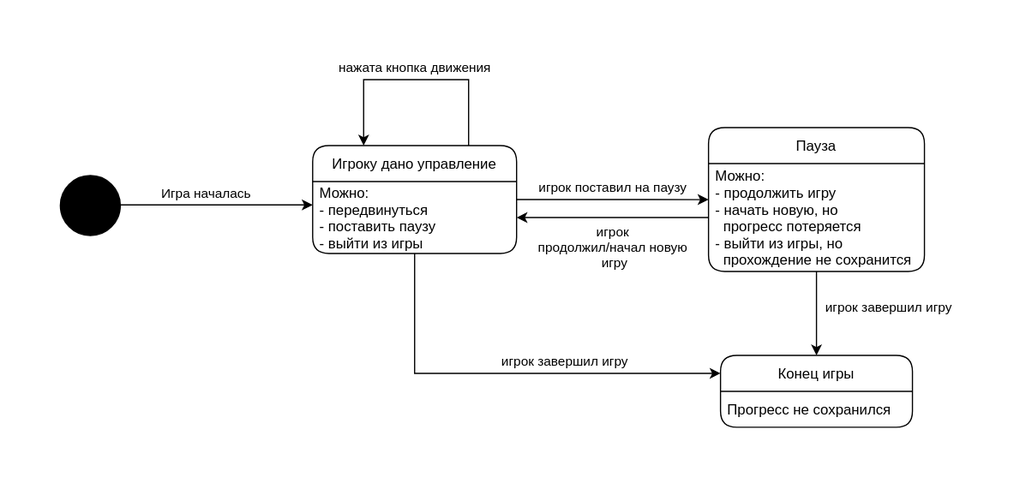
Earlier version of the draw.io export RogueLikeДиаграммаКонечныхАвтоматов.svg (vladnosiv/RogueLike-SD). Source tidied: cells renumbered, new cells last; positions are measured from the earlier drawing's top-left corner, leaving out a move shared by most shapes.
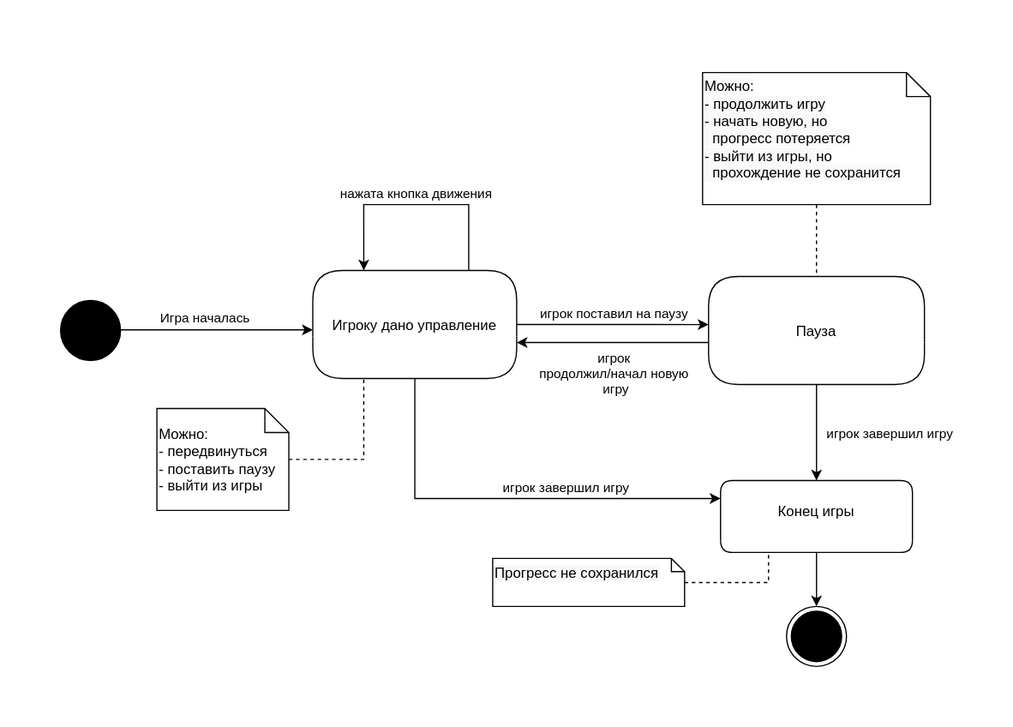
Later version of the same file.

What changed in the source:
```diff
@@ -2,8 +2,10 @@
   <root>
     <mxCell id="0" />
     <mxCell id="1" parent="0" />
-    <mxCell id="2" style="edgeStyle=orthogonalEdgeStyle;rounded=0;jettySize=auto;html=1;entryX=0;entryY=0.334;entryDx=0;entryDy=0;entryPerimeter=0;" parent="1" edge="1" source="4" target="11">
-      <mxGeometry relative="1" as="geometry" />
+    <mxCell id="2" style="edgeStyle=orthogonalEdgeStyle;rounded=0;jettySize=auto;html=1;entryX=0;entryY=0.334;entryDx=0;entryDy=0;entryPerimeter=0;" parent="1" edge="1" source="4">
+      <mxGeometry relative="1" as="geometry">
+        <mxPoint x="540" y="110.1" as="targetPoint" />
+      </mxGeometry>
     </mxCell>
     <mxCell id="3" style="edgeStyle=orthogonalEdgeStyle;rounded=0;jettySize=auto;html=1;entryX=0;entryY=0.25;entryDx=0;entryDy=0;" parent="1" edge="1" source="4" target="17">
       <mxGeometry relative="1" as="geometry">
@@ -12,12 +14,9 @@
         </Array>
       </mxGeometry>
     </mxCell>
-    <mxCell id="4" value="Игроку дано управление" style="swimlane;fontStyle=0;horizontal=1;startSize=30;rounded=1;" parent="1" vertex="1">
+    <mxCell id="4" value="Игроку дано управление" style="swimlane;fontStyle=0;horizontal=1;startSize=55;rounded=1;strokeColor=default;swimlaneLine=0;align=center;verticalAlign=bottom;" parent="1" vertex="1">
       <mxGeometry x="210" y="65" width="170" height="90" as="geometry" />
     </mxCell>
-    <mxCell id="5" value="Можно:&#10;- передвинуться&#10;- поставить паузу&#10;- выйти из игры" style="text;strokeColor=none;fillColor=none;align=left;verticalAlign=middle;spacingLeft=4;spacingRight=4;overflow=hidden;points=[[0,0.5],[1,0.5]];portConstraint=eastwest;" parent="4" vertex="1">
-      <mxGeometry y="30" width="170" height="60" as="geometry" />
-    </mxCell>
     <mxCell id="6" style="edgeStyle=orthogonalEdgeStyle;rounded=0;jettySize=auto;html=1;entryX=0.002;entryY=-0.008;entryDx=0;entryDy=0;entryPerimeter=0;" parent="1" edge="1" source="8">
       <mxGeometry relative="1" as="geometry">
         <mxPoint x="210" y="114.5" as="targetPoint" />
@@ -31,18 +30,12 @@
         <mxPoint x="-17" y="-11" as="offset" />
       </mxGeometry>
     </mxCell>
-    <mxCell id="8" style="ellipse;whiteSpace=wrap;html=1;rounded=1;fillColor=#000000;" parent="1" vertex="1">
+    <mxCell id="8" value="c&lt;span style=&quot;color: rgba(0, 0, 0, 0); font-family: monospace; font-size: 0px; text-align: start;&quot;&gt;%3CmxGraphModel%3E%3Croot%3E%3CmxCell%20id%3D%220%22%2F%3E%3CmxCell%20id%3D%221%22%20parent%3D%220%22%2F%3E%3CmxCell%20id%3D%222%22%20value%3D%22%22%20style%3D%22rounded%3D0%3BwhiteSpace%3Dwrap%3Bhtml%3D1%3B%22%20vertex%3D%221%22%20parent%3D%221%22%3E%3CmxGeometry%20x%3D%22955%22%20y%3D%22720%22%20width%3D%2210%22%20height%3D%2220%22%20as%3D%22geometry%22%2F%3E%3C%2FmxCell%3E%3C%2Froot%3E%3C%2FmxGraphModel%3E&lt;/span&gt;" style="ellipse;whiteSpace=wrap;html=1;rounded=1;fillColor=#000000;" parent="1" vertex="1">
       <mxGeometry x="-0.3" y="90" width="50" height="50" as="geometry" />
     </mxCell>
-    <mxCell id="9" style="edgeStyle=orthogonalEdgeStyle;rounded=0;jettySize=auto;html=1;entryX=0.5;entryY=0;entryDx=0;entryDy=0;" parent="1" edge="1" source="10" target="17">
+    <mxCell id="9" style="edgeStyle=orthogonalEdgeStyle;rounded=0;jettySize=auto;html=1;entryX=0.5;entryY=0;entryDx=0;entryDy=0;exitX=0.5;exitY=1;exitDx=0;exitDy=0;" parent="1" edge="1" source="10" target="17">
       <mxGeometry relative="1" as="geometry" />
     </mxCell>
-    <mxCell id="10" value="Пауза" style="swimlane;fontStyle=0;horizontal=1;startSize=30;rounded=1;" parent="1" vertex="1">
-      <mxGeometry x="540" y="50" width="180" height="120" as="geometry" />
-    </mxCell>
-    <mxCell id="11" value="Можно:&#10;- продолжить игру&#10;- начать новую, но&#10;  прогресс потеряется&#10;- выйти из игры, но&#10;  прохождение не сохранится" style="text;strokeColor=none;fillColor=none;align=left;verticalAlign=middle;spacingLeft=4;spacingRight=4;overflow=hidden;points=[[0,0.5],[1,0.5]];portConstraint=eastwest;" parent="10" vertex="1">
-      <mxGeometry y="30" width="180" height="90" as="geometry" />
-    </mxCell>
     <mxCell id="12" style="edgeStyle=orthogonalEdgeStyle;rounded=0;orthogonalLoop=1;jettySize=auto;html=1;entryX=0.25;entryY=0;entryDx=0;entryDy=0;" parent="1" edge="1" source="4" target="4">
       <mxGeometry relative="1" as="geometry">
         <Array as="points">
@@ -57,23 +50,50 @@
     <mxCell id="14" value="игрок поставил на паузу" style="edgeLabel;html=1;align=center;verticalAlign=middle;labelBackgroundColor=none;" parent="1" vertex="1">
       <mxGeometry x="460" y="100" as="geometry" />
     </mxCell>
-    <mxCell id="15" style="edgeStyle=orthogonalEdgeStyle;rounded=0;jettySize=auto;html=1;entryX=1;entryY=0.5;entryDx=0;entryDy=0;" parent="1" edge="1" source="11" target="5">
-      <mxGeometry relative="1" as="geometry" />
+    <mxCell id="15" style="edgeStyle=orthogonalEdgeStyle;rounded=0;orthogonalLoop=1;jettySize=auto;html=1;entryX=1;entryY=0.5;entryDx=0;entryDy=0;" parent="1" edge="1">
+      <mxGeometry relative="1" as="geometry">
+        <mxPoint x="540" y="125" as="sourcePoint" />
+        <mxPoint x="380" y="125" as="targetPoint" />
+      </mxGeometry>
     </mxCell>
     <mxCell id="16" value="игрок&lt;br&gt;продолжил/начал новую&lt;br&gt;&amp;nbsp;игру" style="edgeLabel;html=1;align=center;verticalAlign=middle;labelBackgroundColor=none;" parent="1" vertex="1">
       <mxGeometry x="460" y="150" as="geometry" />
     </mxCell>
+    <mxCell id="21" style="edgeStyle=orthogonalEdgeStyle;rounded=0;jettySize=auto;html=1;entryX=0.5;entryY=0;entryDx=0;entryDy=0;" parent="1" edge="1" source="17" target="22">
+      <mxGeometry relative="1" as="geometry" />
+    </mxCell>
-    <mxCell id="17" value="Конец игры" style="swimlane;fontStyle=0;horizontal=1;startSize=30;rounded=1;" parent="1" vertex="1">
+    <mxCell id="17" value="Конец игры" style="swimlane;fontStyle=0;horizontal=1;startSize=50;rounded=1;swimlaneLine=0;arcSize=33;" parent="1" vertex="1">
       <mxGeometry x="550" y="240" width="160" height="60" as="geometry" />
     </mxCell>
-    <mxCell id="18" value="Прогресс не сохранился" style="text;strokeColor=none;fillColor=none;align=left;verticalAlign=middle;spacingLeft=4;spacingRight=4;overflow=hidden;points=[[0,0.5],[1,0.5]];portConstraint=eastwest;" parent="17" vertex="1">
-      <mxGeometry y="30" width="160" height="30" as="geometry" />
-    </mxCell>
     <mxCell id="19" value="игрок завершил игру" style="edgeLabel;html=1;align=center;verticalAlign=middle;labelBackgroundColor=none;" parent="1" vertex="1">
       <mxGeometry x="690" y="200" as="geometry" />
     </mxCell>
     <mxCell id="20" value="игрок завершил игру" style="edgeLabel;html=1;align=center;verticalAlign=middle;labelBackgroundColor=none;" parent="1" vertex="1">
       <mxGeometry x="420" y="245" as="geometry" />
     </mxCell>
+    <mxCell id="22" style="ellipse;html=1;shape=endState;fillColor=#000000;strokeColor=#000000;" parent="1" vertex="1">
+      <mxGeometry x="605" y="345" width="50" height="50" as="geometry" />
+    </mxCell>
+    <mxCell id="10" value="Пауза" style="swimlane;fontStyle=0;horizontal=1;startSize=55;rounded=1;strokeColor=default;swimlaneLine=0;align=center;verticalAlign=bottom;" parent="1" vertex="1">
+      <mxGeometry x="540" y="70" width="180" height="90" as="geometry" />
+    </mxCell>
+    <mxCell id="23" style="edgeStyle=orthogonalEdgeStyle;rounded=0;jettySize=auto;html=1;entryX=0.25;entryY=1;entryDx=0;entryDy=0;endArrow=none;endFill=0;dashed=1;" parent="1" edge="1" source="5" target="4">
+      <mxGeometry relative="1" as="geometry" />
+    </mxCell>
+    <mxCell id="5" value="&lt;blockquote style=&quot;margin: 0 0 0 40px; border: none; padding: 0px;&quot;&gt;&lt;/blockquote&gt;&lt;span style=&quot;background-color: initial;&quot;&gt;Можно:&lt;/span&gt;&lt;br&gt;&lt;blockquote style=&quot;margin: 0 0 0 40px; border: none; padding: 0px;&quot;&gt;&lt;/blockquote&gt;&lt;span style=&quot;background-color: initial;&quot;&gt;- передвинуться&lt;/span&gt;&lt;br&gt;&lt;blockquote style=&quot;margin: 0 0 0 40px; border: none; padding: 0px;&quot;&gt;&lt;/blockquote&gt;&lt;span style=&quot;background-color: initial;&quot;&gt;- поставить паузу&lt;/span&gt;&lt;br&gt;&lt;div style=&quot;&quot;&gt;&lt;span style=&quot;background-color: initial;&quot;&gt;- выйти из игры&lt;/span&gt;&lt;/div&gt;" style="shape=note;size=20;html=1;strokeColor=default;fillColor=#FFFFFF;align=left;whiteSpace=wrap;" parent="1" vertex="1">
+      <mxGeometry x="80" y="180" width="110" height="85" as="geometry" />
+    </mxCell>
+    <mxCell id="24" style="edgeStyle=orthogonalEdgeStyle;rounded=0;jettySize=auto;html=1;entryX=0.25;entryY=1;entryDx=0;entryDy=0;dashed=1;endArrow=none;endFill=0;" parent="1" edge="1" source="18" target="17">
+      <mxGeometry relative="1" as="geometry" />
+    </mxCell>
+    <mxCell id="18" value="&#10;&lt;span style=&quot;color: rgb(0, 0, 0); font-family: Helvetica; font-size: 12px; font-style: normal; font-variant-ligatures: normal; font-variant-caps: normal; font-weight: 400; letter-spacing: normal; orphans: 2; text-align: left; text-indent: 0px; text-transform: none; widows: 2; word-spacing: 0px; -webkit-text-stroke-width: 0px; background-color: rgb(248, 249, 250); text-decoration-thickness: initial; text-decoration-style: initial; text-decoration-color: initial; float: none; display: inline !important;&quot;&gt;Прогресс не сохранился&lt;/span&gt;&#10;&#10;" style="shape=note;size=11;html=1;strokeColor=default;fillColor=#FFFFFF;align=left;whiteSpace=wrap;" parent="1" vertex="1">
+      <mxGeometry x="360" y="305" width="160" height="40" as="geometry" />
+    </mxCell>
+    <mxCell id="25" style="edgeStyle=orthogonalEdgeStyle;rounded=0;jettySize=auto;html=1;entryX=0.5;entryY=0;entryDx=0;entryDy=0;dashed=1;endArrow=none;endFill=0;" parent="1" edge="1" source="11" target="10">
+      <mxGeometry relative="1" as="geometry" />
+    </mxCell>
+    <mxCell id="11" value="&#10;&lt;span style=&quot;color: rgb(0, 0, 0); font-family: Helvetica; font-size: 12px; font-style: normal; font-variant-ligatures: normal; font-variant-caps: normal; font-weight: 400; letter-spacing: normal; orphans: 2; text-align: left; text-indent: 0px; text-transform: none; widows: 2; word-spacing: 0px; -webkit-text-stroke-width: 0px; background-color: rgb(248, 249, 250); text-decoration-thickness: initial; text-decoration-style: initial; text-decoration-color: initial; float: none; display: inline !important;&quot;&gt;Можно:&lt;/span&gt;&lt;br style=&quot;padding: 0px; margin: 0px; color: rgb(0, 0, 0); font-family: Helvetica; font-size: 12px; font-style: normal; font-variant-ligatures: normal; font-variant-caps: normal; font-weight: 400; letter-spacing: normal; orphans: 2; text-align: left; text-indent: 0px; text-transform: none; widows: 2; word-spacing: 0px; -webkit-text-stroke-width: 0px; background-color: rgb(248, 249, 250); text-decoration-thickness: initial; text-decoration-style: initial; text-decoration-color: initial;&quot;&gt;&lt;span style=&quot;color: rgb(0, 0, 0); font-family: Helvetica; font-size: 12px; font-style: normal; font-variant-ligatures: normal; font-variant-caps: normal; font-weight: 400; letter-spacing: normal; orphans: 2; text-align: left; text-indent: 0px; text-transform: none; widows: 2; word-spacing: 0px; -webkit-text-stroke-width: 0px; background-color: rgb(248, 249, 250); text-decoration-thickness: initial; text-decoration-style: initial; text-decoration-color: initial; float: none; display: inline !important;&quot;&gt;- продолжить игру&lt;/span&gt;&lt;br style=&quot;padding: 0px; margin: 0px; color: rgb(0, 0, 0); font-family: Helvetica; font-size: 12px; font-style: normal; font-variant-ligatures: normal; font-variant-caps: normal; font-weight: 400; letter-spacing: normal; orphans: 2; text-align: left; text-indent: 0px; text-transform: none; widows: 2; word-spacing: 0px; -webkit-text-stroke-width: 0px; background-color: rgb(248, 249, 250); text-decoration-thickness: initial; text-decoration-style: initial; text-decoration-color: initial;&quot;&gt;&lt;span style=&quot;color: rgb(0, 0, 0); font-family: Helvetica; font-size: 12px; font-style: normal; font-variant-ligatures: normal; font-variant-caps: normal; font-weight: 400; letter-spacing: normal; orphans: 2; text-align: left; text-indent: 0px; text-transform: none; widows: 2; word-spacing: 0px; -webkit-text-stroke-width: 0px; background-color: rgb(248, 249, 250); text-decoration-thickness: initial; text-decoration-style: initial; text-decoration-color: initial; float: none; display: inline !important;&quot;&gt;- начать новую, но&lt;/span&gt;&lt;br style=&quot;padding: 0px; margin: 0px; color: rgb(0, 0, 0); font-family: Helvetica; font-size: 12px; font-style: normal; font-variant-ligatures: normal; font-variant-caps: normal; font-weight: 400; letter-spacing: normal; orphans: 2; text-align: left; text-indent: 0px; text-transform: none; widows: 2; word-spacing: 0px; -webkit-text-stroke-width: 0px; background-color: rgb(248, 249, 250); text-decoration-thickness: initial; text-decoration-style: initial; text-decoration-color: initial;&quot;&gt;&lt;span style=&quot;color: rgb(0, 0, 0); font-family: Helvetica; font-size: 12px; font-style: normal; font-variant-ligatures: normal; font-variant-caps: normal; font-weight: 400; letter-spacing: normal; orphans: 2; text-align: left; text-indent: 0px; text-transform: none; widows: 2; word-spacing: 0px; -webkit-text-stroke-width: 0px; background-color: rgb(248, 249, 250); text-decoration-thickness: initial; text-decoration-style: initial; text-decoration-color: initial; float: none; display: inline !important;&quot;&gt;&amp;nbsp; прогресс потеряется&lt;/span&gt;&lt;br style=&quot;padding: 0px; margin: 0px; color: rgb(0, 0, 0); font-family: Helvetica; font-size: 12px; font-style: normal; font-variant-ligatures: normal; font-variant-caps: normal; font-weight: 400; letter-spacing: normal; orphans: 2; text-align: left; text-indent: 0px; text-transform: none; widows: 2; word-spacing: 0px; -webkit-text-stroke-width: 0px; background-color: rgb(248, 249, 250); text-decoration-thickness: initial; text-decoration-style: initial; text-decoration-color: initial;&quot;&gt;&lt;span style=&quot;color: rgb(0, 0, 0); font-family: Helvetica; font-size: 12px; font-style: normal; font-variant-ligatures: normal; font-variant-caps: normal; font-weight: 400; letter-spacing: normal; orphans: 2; text-align: left; text-indent: 0px; text-transform: none; widows: 2; word-spacing: 0px; -webkit-text-stroke-width: 0px; background-color: rgb(248, 249, 250); text-decoration-thickness: initial; text-decoration-style: initial; text-decoration-color: initial; float: none; display: inline !important;&quot;&gt;- выйти из игры, но&lt;/span&gt;&lt;br style=&quot;padding: 0px; margin: 0px; color: rgb(0, 0, 0); font-family: Helvetica; font-size: 12px; font-style: normal; font-variant-ligatures: normal; font-variant-caps: normal; font-weight: 400; letter-spacing: normal; orphans: 2; text-align: left; text-indent: 0px; text-transform: none; widows: 2; word-spacing: 0px; -webkit-text-stroke-width: 0px; background-color: rgb(248, 249, 250); text-decoration-thickness: initial; text-decoration-style: initial; text-decoration-color: initial;&quot;&gt;&lt;span style=&quot;color: rgb(0, 0, 0); font-family: Helvetica; font-size: 12px; font-style: normal; font-variant-ligatures: normal; font-variant-caps: normal; font-weight: 400; letter-spacing: normal; orphans: 2; text-align: left; text-indent: 0px; text-transform: none; widows: 2; word-spacing: 0px; -webkit-text-stroke-width: 0px; background-color: rgb(248, 249, 250); text-decoration-thickness: initial; text-decoration-style: initial; text-decoration-color: initial; float: none; display: inline !important;&quot;&gt;&amp;nbsp; прохождение не сохранится&lt;/span&gt;&#10;&#10;" style="shape=note;size=20;html=1;strokeColor=default;fillColor=#FFFFFF;align=left;whiteSpace=wrap;" parent="1" vertex="1">
+      <mxGeometry x="535" y="-100" width="190" height="110" as="geometry" />
+    </mxCell>
   </root>
 </mxGraphModel>
```
